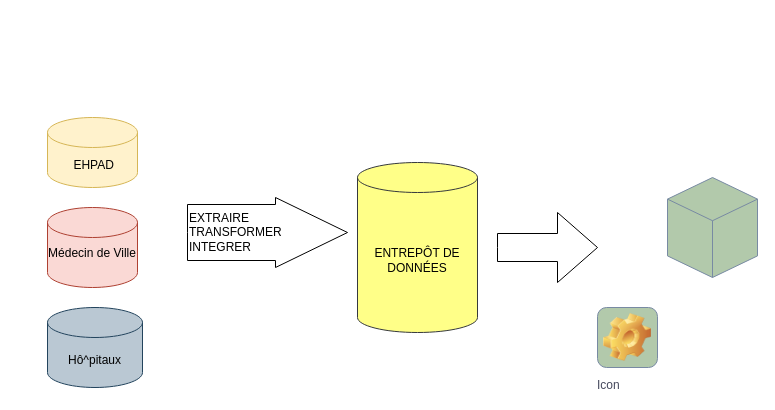
Earlier version of the draw.io diagram Partie_2/Untitled Diagram.drawio (agossouvo/creez_un_dashboard). Source tidied: cells renumbered, new cells numbered last; positions are measured from the earlier drawing's top-left corner, leaving out a move shared by most shapes. Both pictures are drawn from the tidied source at 100%, with x=0, y=0 at pixel (47, 117).
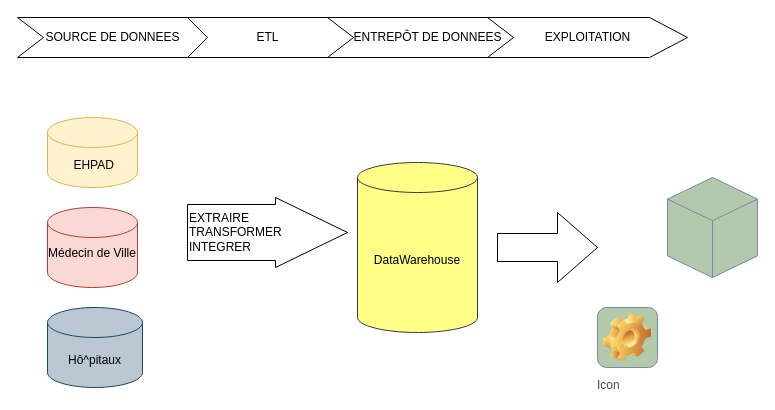
The same diagram, later.

Commit message (it also covers changes not shown here):
Mettre à jour Untitled Diagram.drawio

Diff of the diagram source:
```diff
@@
 <mxGraphModel>
   <root>
     <mxCell id="0" />
     <mxCell id="1" parent="0" />
     <mxCell id="2" style="html=1;whiteSpace=wrap;shape=isoCube2;backgroundOutline=1;isoAngle=15;fillColor=#B2C9AB;strokeColor=#788AA3;fontColor=#46495D;" parent="1" vertex="1">
       <mxGeometry x="620" y="60" width="90" height="100" as="geometry" />
     </mxCell>
     <mxCell id="3" value="&lt;div&gt;Médecin de Ville&lt;/div&gt;&lt;div&gt;&lt;br&gt;&lt;/div&gt;" style="shape=cylinder3;whiteSpace=wrap;html=1;boundedLbl=1;backgroundOutline=1;size=15;fillColor=#fad9d5;strokeColor=#ae4132;" parent="1" vertex="1">
       <mxGeometry y="90" width="90" height="80" as="geometry" />
     </mxCell>
     <mxCell id="4" value="&amp;nbsp;EHPAD" style="shape=cylinder3;whiteSpace=wrap;html=1;boundedLbl=1;backgroundOutline=1;size=15;labelBorderColor=none;fillColor=#fff2cc;strokeColor=#d6b656;" parent="1" vertex="1">
       <mxGeometry width="90" height="70" as="geometry" />
     </mxCell>
     <mxCell id="5" style="edgeStyle=orthogonalEdgeStyle;rounded=0;orthogonalLoop=1;jettySize=auto;html=1;exitX=0.5;exitY=1;exitDx=0;exitDy=0;exitPerimeter=0;strokeColor=#788AA3;fontColor=#46495D;" parent="1" edge="1" source="4" target="4">
       <mxGeometry relative="1" as="geometry" />
     </mxCell>
-    <mxCell id="6" value="ENTREPÔT DE DONNÉES" style="shape=cylinder3;whiteSpace=wrap;html=1;boundedLbl=1;backgroundOutline=1;size=15;fillColor=#ffff88;strokeColor=#36393d;" parent="1" vertex="1">
+    <mxCell id="6" value="DataWarehouse" style="shape=cylinder3;whiteSpace=wrap;html=1;boundedLbl=1;backgroundOutline=1;size=15;fillColor=#ffff88;strokeColor=#36393d;" parent="1" vertex="1">
       <mxGeometry x="310" y="45" width="120" height="170" as="geometry" />
     </mxCell>
     <mxCell id="7" value="Hô^pitaux" style="shape=cylinder3;whiteSpace=wrap;html=1;boundedLbl=1;backgroundOutline=1;size=15;fillColor=#bac8d3;strokeColor=#23445d;" parent="1" vertex="1">
       <mxGeometry y="190" width="95" height="80" as="geometry" />
     </mxCell>
     <mxCell id="8" value="&lt;div&gt;&lt;br&gt;&lt;/div&gt;&lt;div&gt;EXTRAIRE&lt;/div&gt;&lt;div&gt;TRANSFORMER&lt;/div&gt;&lt;div&gt;INTEGRER&lt;br&gt;&lt;/div&gt;&lt;div&gt;&lt;br&gt;&lt;/div&gt;" style="html=1;shadow=0;dashed=0;align=left;verticalAlign=middle;shape=mxgraph.arrows2.arrow;dy=0.2;dx=72;notch=0;" parent="1" vertex="1">
       <mxGeometry x="140" y="80" width="160" height="70" as="geometry" />
     </mxCell>
     <mxCell id="9" style="html=1;shadow=0;dashed=0;align=center;verticalAlign=middle;shape=mxgraph.arrows2.arrow;dy=0.6;dx=40;notch=0;" parent="1" vertex="1">
       <mxGeometry x="450" y="95" width="100" height="70" as="geometry" />
     </mxCell>
     <mxCell id="10" value="Icon" style="icon;html=1;image=img/clipart/Gear_128x128.png;align=left;fillColor=#B2C9AB;strokeColor=#788AA3;fontColor=#46495D;" parent="1" vertex="1">
       <mxGeometry x="550" y="190" width="60" height="60" as="geometry" />
     </mxCell>
+    <mxCell id="11" value="ETL" style="html=1;shadow=0;dashed=0;align=center;verticalAlign=middle;shape=mxgraph.arrows2.arrow;dy=0;dx=38;notch=26;" parent="1" vertex="1">
+      <mxGeometry x="120" y="-100" width="200" height="40" as="geometry" />
+    </mxCell>
+    <mxCell id="12" value="SOURCE DE DONNEES" style="html=1;shadow=0;dashed=0;align=center;verticalAlign=middle;shape=mxgraph.arrows2.arrow;dy=0;dx=20;notch=26;" parent="1" vertex="1">
+      <mxGeometry x="-30" y="-100" width="190" height="40" as="geometry" />
+    </mxCell>
+    <mxCell id="13" value="ENTREPÔT DE DONNEES" style="html=1;shadow=0;dashed=0;align=center;verticalAlign=middle;shape=mxgraph.arrows2.arrow;dy=0;dx=38;notch=26;" parent="1" vertex="1">
+      <mxGeometry x="280" y="-100" width="200" height="40" as="geometry" />
+    </mxCell>
+    <mxCell id="14" value="EXPLOITATION" style="html=1;shadow=0;dashed=0;align=center;verticalAlign=middle;shape=mxgraph.arrows2.arrow;dy=0;dx=38;notch=26;" parent="1" vertex="1">
+      <mxGeometry x="440" y="-100" width="200" height="40" as="geometry" />
+    </mxCell>
   </root>
 </mxGraphModel>
```
